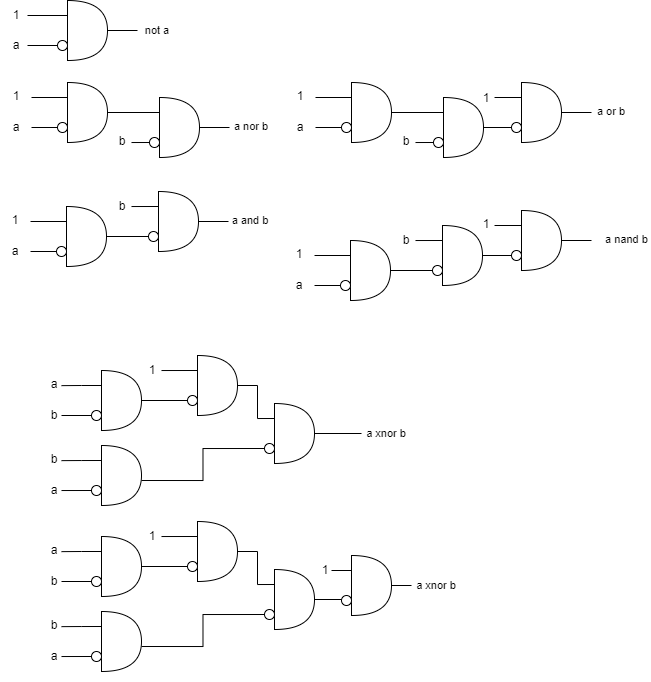
The draw.io diagram Lab2/Advanced/2-2/Lab2-2.png in Crazy-Ting-Yao/2023-Fall-Hardware_Design_and_Lab_Lee, before a commit. Source tidied: cells renumbered, new cells last; positions are measured from the earlier drawing's top-left corner, leaving out a move shared by most shapes.
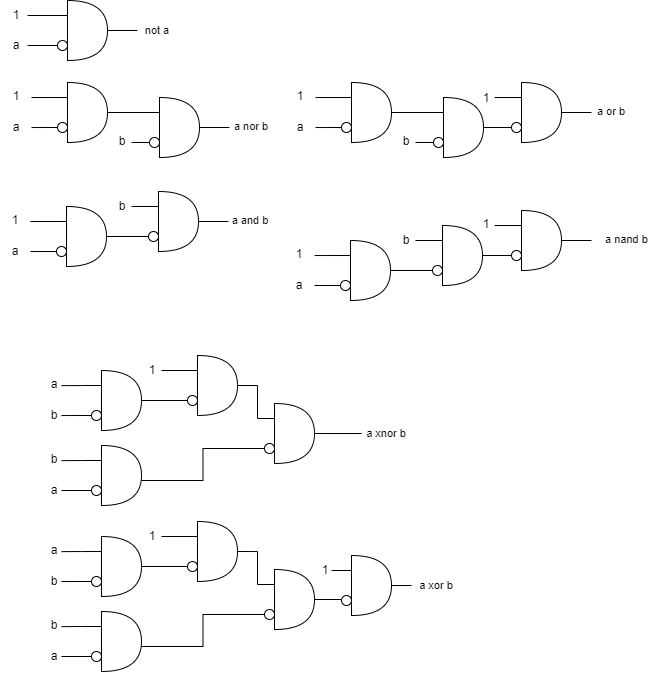
Above is the later version.

Commit message:
Upload Gate Diagrams

What changed in the source:
```diff
@@ -474,7 +474,7 @@
     <mxCell id="135" style="edgeStyle=orthogonalEdgeStyle;shape=connector;rounded=0;jettySize=auto;html=1;exitX=1;exitY=0.5;exitDx=0;exitDy=0;entryX=0;entryY=0.25;entryDx=0;entryDy=0;entryPerimeter=0;labelBackgroundColor=default;strokeColor=default;align=center;verticalAlign=middle;fontFamily=Helvetica;fontSize=11;fontColor=default;endArrow=none;endFill=0;" parent="1" edge="1" source="117" target="133">
       <mxGeometry relative="1" as="geometry" />
     </mxCell>
-    <mxCell id="136" value="a xnor b" style="text;html=1;strokeColor=none;fillColor=none;align=center;verticalAlign=middle;whiteSpace=wrap;rounded=0;fontSize=11;fontFamily=Helvetica;fontColor=default;" parent="1" vertex="1">
+    <mxCell id="136" value="a xor b" style="text;html=1;strokeColor=none;fillColor=none;align=center;verticalAlign=middle;whiteSpace=wrap;rounded=0;fontSize=11;fontFamily=Helvetica;fontColor=default;" parent="1" vertex="1">
       <mxGeometry x="411" y="570" width="50" height="30" as="geometry" />
     </mxCell>
     <mxCell id="137" style="edgeStyle=orthogonalEdgeStyle;shape=connector;rounded=0;jettySize=auto;html=1;exitX=1;exitY=0.5;exitDx=0;exitDy=0;entryX=0;entryY=0.5;entryDx=0;entryDy=0;labelBackgroundColor=default;strokeColor=default;align=center;verticalAlign=middle;fontFamily=Helvetica;fontSize=11;fontColor=default;endArrow=none;endFill=0;" parent="1" edge="1" source="138" target="136">
```
